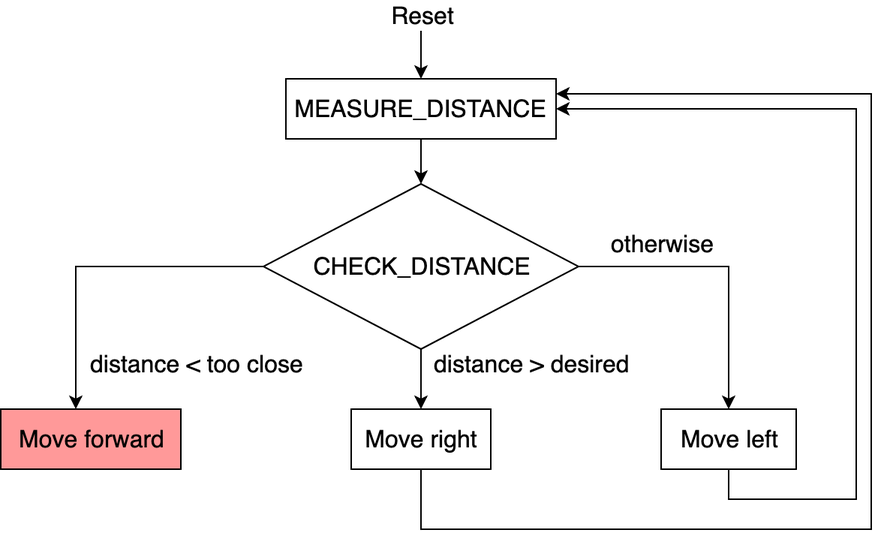
This is images/orbiting.png from anuragg-in/kilobotics, a draw.io export, as it was before one commit. Source tidied: cells renumbered, new cells last; positions are measured from the earlier drawing's top-left corner, leaving out a move shared by most shapes.
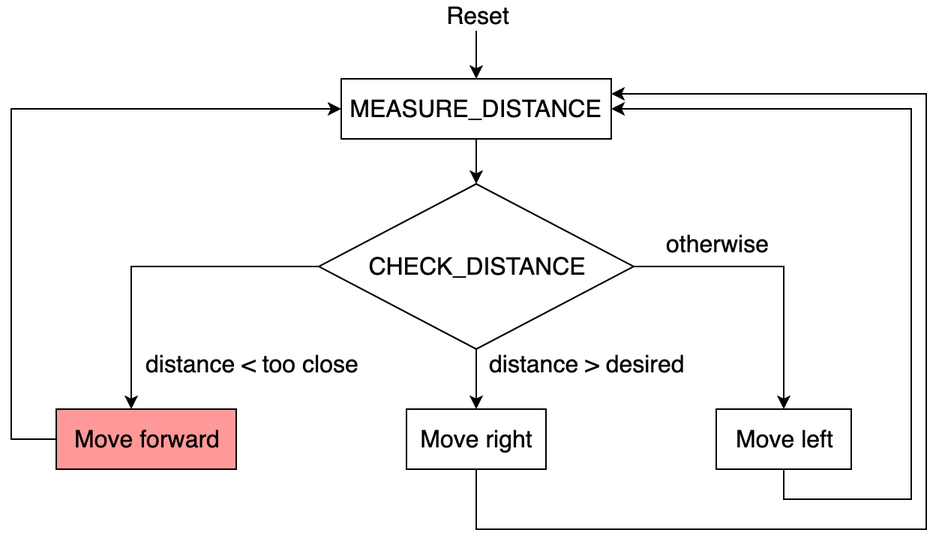
The same diagram one commit later.

Diff of the diagram source:
```diff
@@ -2,7 +2,7 @@
   <root>
     <mxCell id="0" />
     <mxCell id="1" parent="0" />
-    <mxCell id="2" style="edgeStyle=orthogonalEdgeStyle;rounded=0;jettySize=auto;html=1;entryX=0.5;entryY=0;entryDx=0;entryDy=0;fontSize=16;labelBackgroundColor=none;" parent="1" edge="1" source="8" target="13">
+    <mxCell id="2" style="edgeStyle=orthogonalEdgeStyle;rounded=0;jettySize=auto;html=1;entryX=0.5;entryY=0;entryDx=0;entryDy=0;fontSize=16;labelBackgroundColor=none;" parent="1" edge="1" source="8" target="14">
       <mxGeometry relative="1" as="geometry" />
     </mxCell>
     <mxCell id="3" value="&lt;span style=&quot;font-size: 16px;&quot;&gt;otherwise&lt;/span&gt;" style="text;html=1;align=center;verticalAlign=middle;labelBackgroundColor=none;fontSize=16;" parent="2" vertex="1">
@@ -10,7 +10,7 @@
         <mxPoint x="-42" y="-68" as="offset" />
       </mxGeometry>
     </mxCell>
-    <mxCell id="4" style="edgeStyle=orthogonalEdgeStyle;rounded=0;jettySize=auto;html=1;entryX=0.5;entryY=0;entryDx=0;entryDy=0;fontSize=16;labelBackgroundColor=none;" parent="1" edge="1" source="8" target="11">
+    <mxCell id="4" style="edgeStyle=orthogonalEdgeStyle;rounded=0;jettySize=auto;html=1;entryX=0.5;entryY=0;entryDx=0;entryDy=0;fontSize=16;labelBackgroundColor=none;" parent="1" edge="1" source="8" target="12">
       <mxGeometry relative="1" as="geometry" />
     </mxCell>
     <mxCell id="5" value="&lt;span style=&quot;font-size: 16px;&quot;&gt;distance &amp;gt; desired&lt;/span&gt;" style="text;html=1;align=center;verticalAlign=middle;labelBackgroundColor=none;fontSize=16;" parent="4" vertex="1">
@@ -18,7 +18,7 @@
         <mxPoint x="71" y="-5" as="offset" />
       </mxGeometry>
     </mxCell>
-    <mxCell id="6" style="edgeStyle=orthogonalEdgeStyle;rounded=0;jettySize=auto;html=1;entryX=0.417;entryY=0;entryDx=0;entryDy=0;entryPerimeter=0;fontSize=16;labelBackgroundColor=none;" parent="1" edge="1" source="8" target="9">
+    <mxCell id="6" style="edgeStyle=orthogonalEdgeStyle;rounded=0;jettySize=auto;html=1;entryX=0.417;entryY=0;entryDx=0;entryDy=0;entryPerimeter=0;fontSize=16;labelBackgroundColor=none;" parent="1" edge="1" source="8" target="10">
       <mxGeometry relative="1" as="geometry" />
     </mxCell>
     <mxCell id="7" value="&lt;span style=&quot;font-size: 16px;&quot;&gt;distance &amp;lt; too close&lt;/span&gt;" style="text;html=1;align=center;verticalAlign=middle;labelBackgroundColor=none;fontSize=16;" parent="6" vertex="1">
@@ -29,44 +29,52 @@
     <mxCell id="8" value="CHECK_DISTANCE&lt;br style=&quot;font-size: 16px;&quot;&gt;" style="rhombus;whiteSpace=wrap;html=1;fontSize=16;labelBackgroundColor=none;" parent="1" vertex="1">
       <mxGeometry x="175" y="122" width="210" height="110" as="geometry" />
     </mxCell>
-    <mxCell id="9" value="Move forward" style="rounded=0;whiteSpace=wrap;html=1;fontSize=16;labelBackgroundColor=none;fillColor=#FF9999;" parent="1" vertex="1">
-      <mxGeometry y="272" width="120" height="40" as="geometry" />
+    <mxCell id="9" style="edgeStyle=orthogonalEdgeStyle;rounded=0;jettySize=auto;html=1;entryX=0;entryY=0.5;entryDx=0;entryDy=0;" parent="1" edge="1" source="10" target="16">
+      <mxGeometry relative="1" as="geometry">
+        <Array as="points">
+          <mxPoint x="-30" y="292" />
+          <mxPoint x="-30" y="72" />
+        </Array>
+      </mxGeometry>
     </mxCell>
-    <mxCell id="10" style="edgeStyle=orthogonalEdgeStyle;rounded=0;jettySize=auto;html=1;entryX=1;entryY=0.25;entryDx=0;entryDy=0;labelBackgroundColor=none;fontSize=16;" parent="1" edge="1" source="11" target="15">
-      <mxGeometry relative="1" as="geometry">
-        <Array as="points">
-          <mxPoint x="280" y="352" />
-          <mxPoint x="580" y="352" />
-          <mxPoint x="580" y="62" />
-        </Array>
-      </mxGeometry>
+    <mxCell id="10" value="Move forward" style="rounded=0;whiteSpace=wrap;html=1;fontSize=16;labelBackgroundColor=none;fillColor=#FF9999;" parent="1" vertex="1">
+      <mxGeometry y="272" width="120" height="40" as="geometry" />
     </mxCell>
-    <mxCell id="11" value="Move right&lt;br style=&quot;font-size: 16px&quot;&gt;" style="rounded=0;whiteSpace=wrap;html=1;fontSize=16;labelBackgroundColor=none;" parent="1" vertex="1">
-      <mxGeometry x="233.5" y="272" width="93" height="40" as="geometry" />
+    <mxCell id="11" style="edgeStyle=orthogonalEdgeStyle;rounded=0;jettySize=auto;html=1;entryX=1;entryY=0.25;entryDx=0;entryDy=0;labelBackgroundColor=none;fontSize=16;" parent="1" edge="1" source="12" target="16">
+      <mxGeometry relative="1" as="geometry">
+        <Array as="points">
+          <mxPoint x="280" y="352" />
+          <mxPoint x="580" y="352" />
+          <mxPoint x="580" y="62" />
+        </Array>
+      </mxGeometry>
     </mxCell>
-    <mxCell id="12" style="edgeStyle=orthogonalEdgeStyle;rounded=0;jettySize=auto;html=1;exitX=0.5;exitY=1;exitDx=0;exitDy=0;entryX=1;entryY=0.5;entryDx=0;entryDy=0;fontSize=16;labelBackgroundColor=none;" parent="1" edge="1" source="13" target="15">
-      <mxGeometry relative="1" as="geometry">
-        <Array as="points">
-          <mxPoint x="485" y="332" />
-          <mxPoint x="570" y="332" />
-          <mxPoint x="570" y="72" />
-        </Array>
-      </mxGeometry>
+    <mxCell id="12" value="Move right&lt;br style=&quot;font-size: 16px&quot;&gt;" style="rounded=0;whiteSpace=wrap;html=1;fontSize=16;labelBackgroundColor=none;" parent="1" vertex="1">
+      <mxGeometry x="233.5" y="272" width="93" height="40" as="geometry" />
     </mxCell>
-    <mxCell id="13" value="Move left&lt;br style=&quot;font-size: 16px&quot;&gt;" style="rounded=0;whiteSpace=wrap;html=1;fontSize=16;labelBackgroundColor=none;" parent="1" vertex="1">
-      <mxGeometry x="440" y="272" width="90" height="40" as="geometry" />
+    <mxCell id="13" style="edgeStyle=orthogonalEdgeStyle;rounded=0;jettySize=auto;html=1;exitX=0.5;exitY=1;exitDx=0;exitDy=0;entryX=1;entryY=0.5;entryDx=0;entryDy=0;fontSize=16;labelBackgroundColor=none;" parent="1" edge="1" source="14" target="16">
+      <mxGeometry relative="1" as="geometry">
+        <Array as="points">
+          <mxPoint x="485" y="332" />
+          <mxPoint x="570" y="332" />
+          <mxPoint x="570" y="72" />
+        </Array>
+      </mxGeometry>
     </mxCell>
-    <mxCell id="14" style="edgeStyle=orthogonalEdgeStyle;rounded=0;jettySize=auto;html=1;fontSize=16;labelBackgroundColor=none;" parent="1" edge="1" source="15" target="8">
-      <mxGeometry relative="1" as="geometry" />
+    <mxCell id="14" value="Move left&lt;br style=&quot;font-size: 16px&quot;&gt;" style="rounded=0;whiteSpace=wrap;html=1;fontSize=16;labelBackgroundColor=none;" parent="1" vertex="1">
+      <mxGeometry x="440" y="272" width="90" height="40" as="geometry" />
     </mxCell>
-    <mxCell id="15" value="MEASURE_DISTANCE&lt;br style=&quot;font-size: 16px;&quot;&gt;" style="rounded=0;whiteSpace=wrap;html=1;fontSize=16;labelBackgroundColor=none;" parent="1" vertex="1">
-      <mxGeometry x="190" y="52" width="180" height="40" as="geometry" />
+    <mxCell id="15" style="edgeStyle=orthogonalEdgeStyle;rounded=0;jettySize=auto;html=1;fontSize=16;labelBackgroundColor=none;" parent="1" edge="1" source="16" target="8">
+      <mxGeometry relative="1" as="geometry" />
     </mxCell>
-    <mxCell id="16" style="edgeStyle=orthogonalEdgeStyle;rounded=0;jettySize=auto;html=1;exitX=0.5;exitY=1;exitDx=0;exitDy=0;entryX=0.5;entryY=0;entryDx=0;entryDy=0;fontSize=16;labelBackgroundColor=none;" parent="1" edge="1" source="17" target="15">
-      <mxGeometry relative="1" as="geometry" />
+    <mxCell id="16" value="MEASURE_DISTANCE&lt;br style=&quot;font-size: 16px;&quot;&gt;" style="rounded=0;whiteSpace=wrap;html=1;fontSize=16;labelBackgroundColor=none;" parent="1" vertex="1">
+      <mxGeometry x="190" y="52" width="180" height="40" as="geometry" />
     </mxCell>
-    <mxCell id="17" value="Reset" style="text;html=1;strokeColor=none;fillColor=none;align=center;verticalAlign=middle;whiteSpace=wrap;rounded=0;fontSize=16;labelBackgroundColor=none;" parent="1" vertex="1">
-      <mxGeometry x="260" width="40" height="20" as="geometry" />
+    <mxCell id="17" style="edgeStyle=orthogonalEdgeStyle;rounded=0;jettySize=auto;html=1;exitX=0.5;exitY=1;exitDx=0;exitDy=0;entryX=0.5;entryY=0;entryDx=0;entryDy=0;fontSize=16;labelBackgroundColor=none;" parent="1" edge="1" source="18" target="16">
+      <mxGeometry relative="1" as="geometry" />
     </mxCell>
+    <mxCell id="18" value="Reset" style="text;html=1;strokeColor=none;fillColor=none;align=center;verticalAlign=middle;whiteSpace=wrap;rounded=0;fontSize=16;labelBackgroundColor=none;" parent="1" vertex="1">
+      <mxGeometry x="260" width="40" height="20" as="geometry" />
+    </mxCell>
   </root>
 </mxGraphModel>
```
